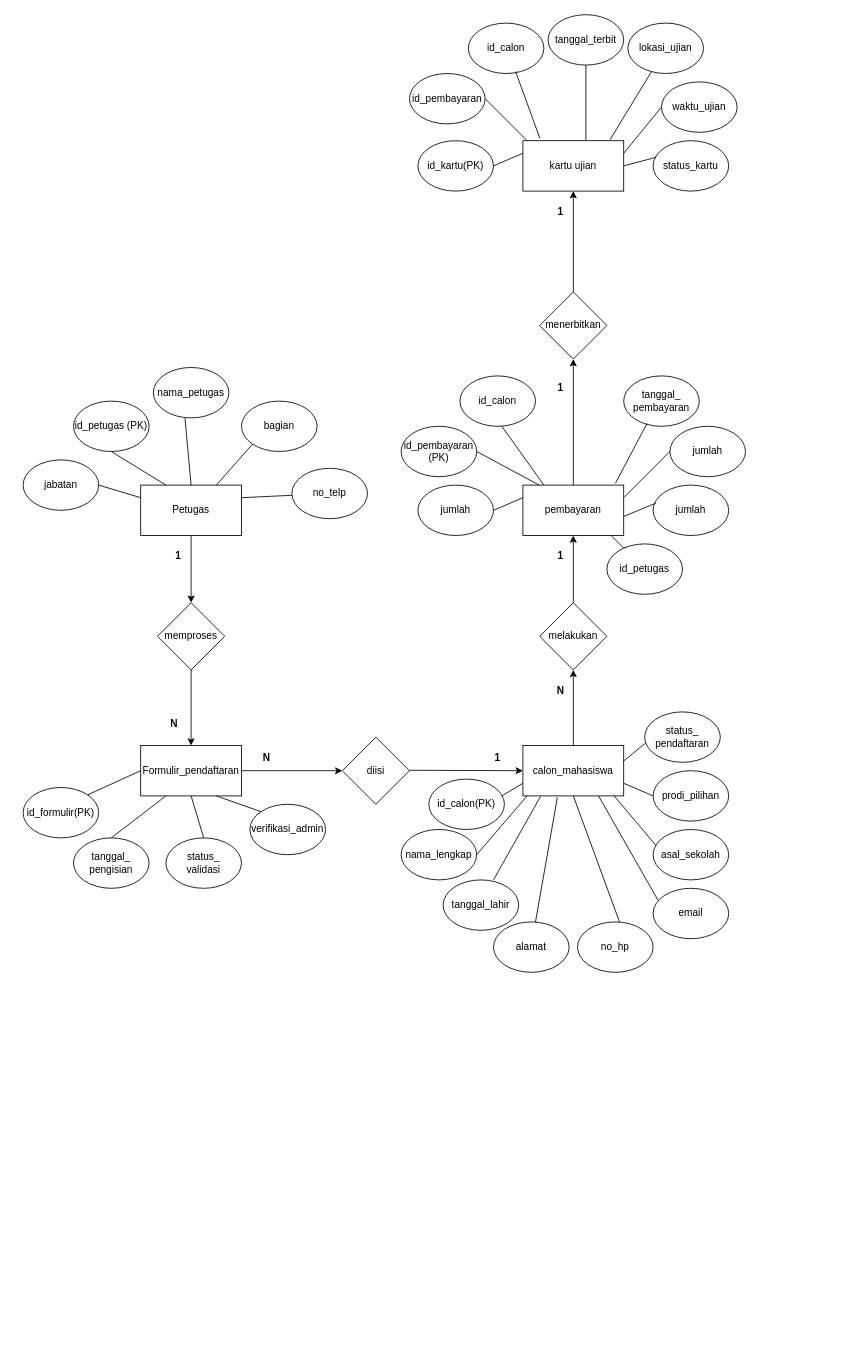
Before: Diagram Tanpa Judul.drawio in Nadanafisah676/Nadanafisah676, a draw.io diagram. Source tidied: cells renumbered, new cells numbered last; positions are measured from the earlier drawing's top-left corner, leaving out a move shared by most shapes. Both pictures are drawn from the tidied source at 84%, with x=0, y=0 at pixel (23, 14).
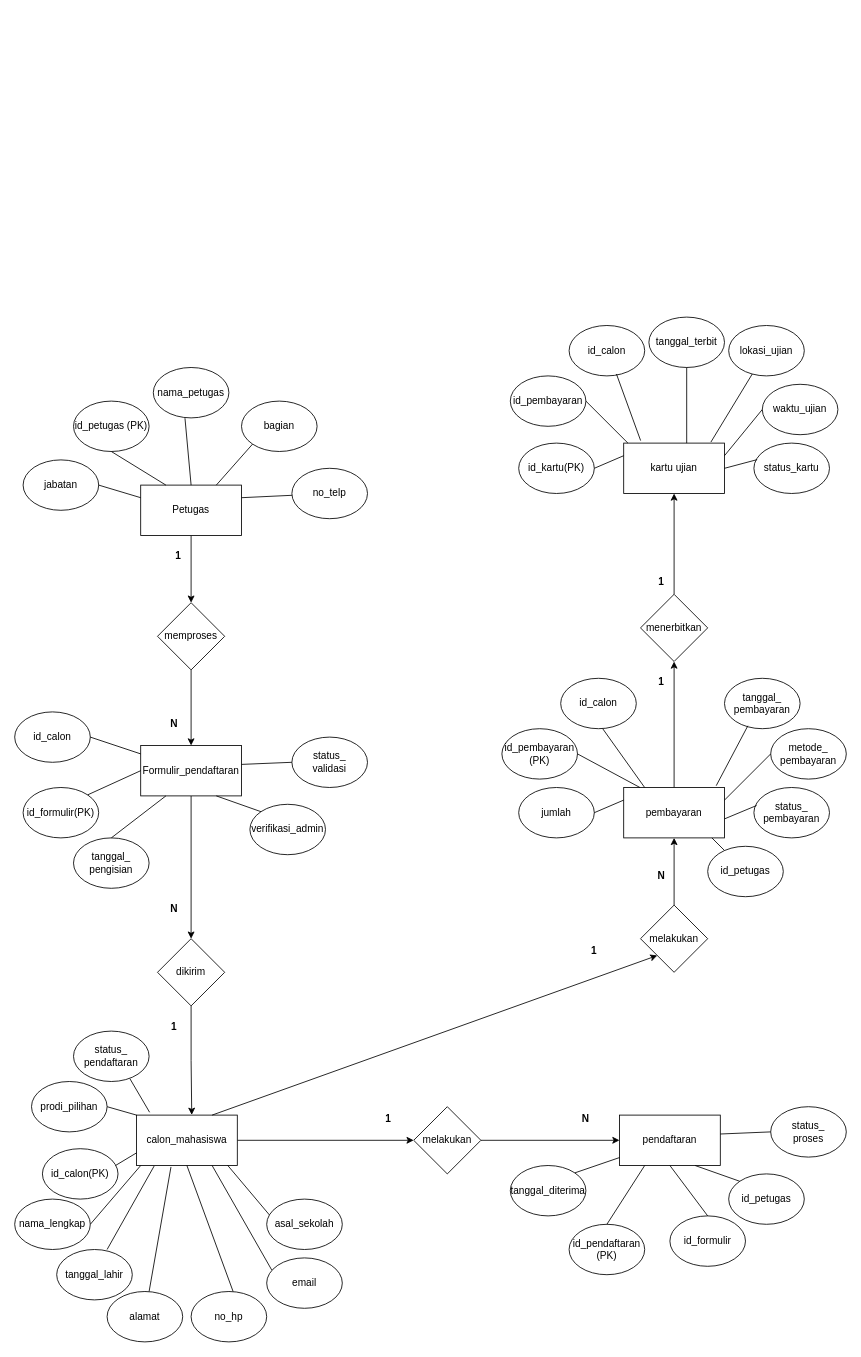
Above is the later version.

Unchanged cells that the change refers to:
```xml
<mxCell id="7" value="Formulir_pendaftaran" style="rounded=0;whiteSpace=wrap;html=1;" parent="1" vertex="1">
  <mxGeometry x="140" y="870" width="120" height="60" as="geometry" />
</mxCell>
```

Diff of the diagram source:
```diff
@@
-    <mxCell id="6" style="edgeStyle=orthogonalEdgeStyle;rounded=0;jettySize=auto;html=1;entryX=0;entryY=0.5;entryDx=0;entryDy=0;" parent="1" edge="1" source="7" target="8">
-      <mxGeometry relative="1" as="geometry" />
-    </mxCell>
+    <mxCell id="92" style="edgeStyle=orthogonalEdgeStyle;rounded=0;jettySize=auto;html=1;entryX=0.5;entryY=0;entryDx=0;entryDy=0;" parent="1" edge="1" source="7" target="94">
+      <mxGeometry relative="1" as="geometry" />
+    </mxCell>
@@
-    <mxCell id="8" value="diisi" style="rhombus;whiteSpace=wrap;html=1;" parent="1" vertex="1">
-      <mxGeometry x="380" y="860" width="80" height="80" as="geometry" />
-    </mxCell>
-    <mxCell id="9" style="edgeStyle=orthogonalEdgeStyle;rounded=0;jettySize=auto;html=1;entryX=0;entryY=0.5;entryDx=0;entryDy=0;" parent="1" edge="1" target="11">
-      <mxGeometry relative="1" as="geometry">
-        <mxPoint x="460" y="899.5" as="sourcePoint" />
-      </mxGeometry>
-    </mxCell>
-    <mxCell id="10" style="edgeStyle=orthogonalEdgeStyle;rounded=0;jettySize=auto;html=1;entryX=0.5;entryY=1;entryDx=0;entryDy=0;" parent="1" edge="1" source="11" target="49">
-      <mxGeometry relative="1" as="geometry" />
-    </mxCell>
+    <mxCell id="93" style="edgeStyle=orthogonalEdgeStyle;rounded=0;jettySize=auto;html=1;entryX=0;entryY=0.5;entryDx=0;entryDy=0;" parent="1" edge="1" source="11" target="109">
+      <mxGeometry relative="1" as="geometry" />
+    </mxCell>
     <mxCell id="11" value="calon_mahasiswa" style="rounded=0;whiteSpace=wrap;html=1;" parent="1" vertex="1">
-      <mxGeometry x="595" y="870" width="120" height="60" as="geometry" />
+      <mxGeometry x="135" y="1310" width="120" height="60" as="geometry" />
     </mxCell>
@@
     <mxCell id="18" value="status_&lt;div&gt;validasi&lt;/div&gt;" style="ellipse;whiteSpace=wrap;html=1;" parent="1" vertex="1">
-      <mxGeometry x="170" y="980" width="90" height="60" as="geometry" />
+      <mxGeometry x="320" y="860" width="90" height="60" as="geometry" />
     </mxCell>
@@
     <mxCell id="21" value="id_calon(PK)" style="ellipse;whiteSpace=wrap;html=1;" parent="1" vertex="1">
-      <mxGeometry x="483" y="910" width="90" height="60" as="geometry" />
+      <mxGeometry x="23" y="1350" width="90" height="60" as="geometry" />
     </mxCell>
     <mxCell id="22" value="asal_sekolah" style="ellipse;whiteSpace=wrap;html=1;" parent="1" vertex="1">
-      <mxGeometry x="750" y="970" width="90" height="60" as="geometry" />
+      <mxGeometry x="290" y="1410" width="90" height="60" as="geometry" />
     </mxCell>
     <mxCell id="23" value="no_hp" style="ellipse;whiteSpace=wrap;html=1;" parent="1" vertex="1">
-      <mxGeometry x="660" y="1080" width="90" height="60" as="geometry" />
+      <mxGeometry x="200" y="1520" width="90" height="60" as="geometry" />
     </mxCell>
     <mxCell id="24" value="nama_lengkap" style="ellipse;whiteSpace=wrap;html=1;" parent="1" vertex="1">
-      <mxGeometry x="450" y="970" width="90" height="60" as="geometry" />
+      <mxGeometry x="-10" y="1410" width="90" height="60" as="geometry" />
     </mxCell>
     <mxCell id="25" value="tanggal_lahir" style="ellipse;whiteSpace=wrap;html=1;" parent="1" vertex="1">
-      <mxGeometry x="500" y="1030" width="90" height="60" as="geometry" />
+      <mxGeometry x="40" y="1470" width="90" height="60" as="geometry" />
     </mxCell>
     <mxCell id="26" value="alamat" style="ellipse;whiteSpace=wrap;html=1;" parent="1" vertex="1">
-      <mxGeometry x="560" y="1080" width="90" height="60" as="geometry" />
+      <mxGeometry x="100" y="1520" width="90" height="60" as="geometry" />
     </mxCell>
     <mxCell id="27" value="prodi_pilihan" style="ellipse;whiteSpace=wrap;html=1;" parent="1" vertex="1">
-      <mxGeometry x="750" y="900" width="90" height="60" as="geometry" />
+      <mxGeometry x="10" y="1270" width="90" height="60" as="geometry" />
     </mxCell>
     <mxCell id="28" value="email" style="ellipse;whiteSpace=wrap;html=1;" parent="1" vertex="1">
-      <mxGeometry x="750" y="1040" width="90" height="60" as="geometry" />
+      <mxGeometry x="290" y="1480" width="90" height="60" as="geometry" />
     </mxCell>
@@
-    <mxCell id="36" style="endArrow=none;html=1;rounded=0;exitX=0.5;exitY=1;exitDx=0;exitDy=0;entryX=0.5;entryY=0;entryDx=0;entryDy=0;" parent="1" edge="1" source="7" target="18">
-      <mxGeometry relative="1" as="geometry" />
-    </mxCell>
@@
     <mxCell id="38" value="status_&lt;div&gt;pendaftaran&lt;/div&gt;" style="ellipse;whiteSpace=wrap;html=1;" parent="1" vertex="1">
-      <mxGeometry x="740" y="830" width="90" height="60" as="geometry" />
+      <mxGeometry x="60" y="1210" width="90" height="60" as="geometry" />
     </mxCell>
     <mxCell id="39" style="endArrow=none;html=1;rounded=0;entryX=0;entryY=0.75;entryDx=0;entryDy=0;" parent="1" edge="1" target="11">
       <mxGeometry relative="1" as="geometry">
-        <mxPoint x="570" y="930" as="sourcePoint" />
+        <mxPoint x="110" y="1370" as="sourcePoint" />
       </mxGeometry>
     </mxCell>
     <mxCell id="40" style="endArrow=none;html=1;rounded=0;entryX=0.042;entryY=1;entryDx=0;entryDy=0;entryPerimeter=0;" parent="1" edge="1" target="11">
       <mxGeometry relative="1" as="geometry">
-        <mxPoint x="540" y="1000" as="sourcePoint" />
+        <mxPoint x="80" y="1440" as="sourcePoint" />
       </mxGeometry>
     </mxCell>
     <mxCell id="41" style="endArrow=none;html=1;rounded=0;entryX=0.175;entryY=1.011;entryDx=0;entryDy=0;entryPerimeter=0;" parent="1" edge="1" target="11">
       <mxGeometry relative="1" as="geometry">
-        <mxPoint x="560" y="1030" as="sourcePoint" />
+        <mxPoint x="100" y="1470" as="sourcePoint" />
       </mxGeometry>
     </mxCell>
     <mxCell id="42" style="endArrow=none;html=1;rounded=0;entryX=0.342;entryY=1.028;entryDx=0;entryDy=0;entryPerimeter=0;" parent="1" edge="1" target="11">
       <mxGeometry relative="1" as="geometry">
-        <mxPoint x="610" y="1080" as="sourcePoint" />
+        <mxPoint x="150" y="1520" as="sourcePoint" />
       </mxGeometry>
     </mxCell>
     <mxCell id="43" style="endArrow=none;html=1;rounded=0;entryX=0.5;entryY=1;entryDx=0;entryDy=0;" parent="1" edge="1" target="11">
       <mxGeometry relative="1" as="geometry">
-        <mxPoint x="710" y="1080" as="sourcePoint" />
+        <mxPoint x="250" y="1520" as="sourcePoint" />
       </mxGeometry>
     </mxCell>
@@
-    <mxCell id="46" style="endArrow=none;html=1;rounded=0;entryX=1;entryY=0.75;entryDx=0;entryDy=0;" parent="1" edge="1" target="11">
-      <mxGeometry relative="1" as="geometry">
-        <mxPoint x="750" y="930" as="sourcePoint" />
-      </mxGeometry>
-    </mxCell>
-    <mxCell id="47" style="endArrow=none;html=1;rounded=0;exitX=0.993;exitY=0.318;exitDx=0;exitDy=0;exitPerimeter=0;entryX=0.012;entryY=0.618;entryDx=0;entryDy=0;entryPerimeter=0;" parent="1" edge="1" source="11" target="38">
-      <mxGeometry relative="1" as="geometry" />
-    </mxCell>
@@
     <mxCell id="49" value="melakukan" style="rhombus;whiteSpace=wrap;html=1;" parent="1" vertex="1">
-      <mxGeometry x="615" y="700" width="80" height="80" as="geometry" />
+      <mxGeometry x="735" y="1060" width="80" height="80" as="geometry" />
     </mxCell>
@@
     <mxCell id="51" value="pembayaran" style="rounded=0;whiteSpace=wrap;html=1;" parent="1" vertex="1">
-      <mxGeometry x="595" y="560" width="120" height="60" as="geometry" />
+      <mxGeometry x="715" y="920" width="120" height="60" as="geometry" />
     </mxCell>
     <mxCell id="52" value="id_pembayaran&lt;div&gt;(PK)&lt;/div&gt;" style="ellipse;whiteSpace=wrap;html=1;" parent="1" vertex="1">
-      <mxGeometry x="450" y="490" width="90" height="60" as="geometry" />
+      <mxGeometry x="570" y="850" width="90" height="60" as="geometry" />
     </mxCell>
-    <mxCell id="53" value="jumlah" style="ellipse;whiteSpace=wrap;html=1;" parent="1" vertex="1">
-      <mxGeometry x="770" y="490" width="90" height="60" as="geometry" />
+    <mxCell id="53" value="metode_&lt;div&gt;pembayaran&lt;/div&gt;" style="ellipse;whiteSpace=wrap;html=1;" parent="1" vertex="1">
+      <mxGeometry x="890" y="850" width="90" height="60" as="geometry" />
     </mxCell>
     <mxCell id="54" value="tanggal_&lt;div&gt;pembayaran&lt;/div&gt;" style="ellipse;whiteSpace=wrap;html=1;" parent="1" vertex="1">
-      <mxGeometry x="715" y="430" width="90" height="60" as="geometry" />
+      <mxGeometry x="835" y="790" width="90" height="60" as="geometry" />
     </mxCell>
     <mxCell id="55" value="id_petugas" style="ellipse;whiteSpace=wrap;html=1;" parent="1" vertex="1">
-      <mxGeometry x="695" y="630" width="90" height="60" as="geometry" />
+      <mxGeometry x="815" y="990" width="90" height="60" as="geometry" />
     </mxCell>
     <mxCell id="56" value="id_calon" style="ellipse;whiteSpace=wrap;html=1;" parent="1" vertex="1">
-      <mxGeometry x="520" y="430" width="90" height="60" as="geometry" />
+      <mxGeometry x="640" y="790" width="90" height="60" as="geometry" />
     </mxCell>
-    <mxCell id="57" value="jumlah" style="ellipse;whiteSpace=wrap;html=1;" parent="1" vertex="1">
-      <mxGeometry x="750" y="560" width="90" height="60" as="geometry" />
+    <mxCell id="57" value="status_&lt;div&gt;pembayaran&lt;/div&gt;" style="ellipse;whiteSpace=wrap;html=1;" parent="1" vertex="1">
+      <mxGeometry x="870" y="920" width="90" height="60" as="geometry" />
     </mxCell>
     <mxCell id="58" value="jumlah" style="ellipse;whiteSpace=wrap;html=1;" parent="1" vertex="1">
-      <mxGeometry x="470" y="560" width="90" height="60" as="geometry" />
+      <mxGeometry x="590" y="920" width="90" height="60" as="geometry" />
     </mxCell>
@@
     <mxCell id="60" style="endArrow=none;html=1;rounded=0;entryX=0;entryY=0.25;entryDx=0;entryDy=0;" parent="1" edge="1" target="51">
       <mxGeometry relative="1" as="geometry">
-        <mxPoint x="560" y="590" as="sourcePoint" />
+        <mxPoint x="680" y="950" as="sourcePoint" />
       </mxGeometry>
     </mxCell>
@@
     <mxCell id="62" style="endArrow=none;html=1;rounded=0;entryX=0.208;entryY=0;entryDx=0;entryDy=0;entryPerimeter=0;" parent="1" edge="1" target="51">
       <mxGeometry relative="1" as="geometry">
-        <mxPoint x="570" y="490" as="sourcePoint" />
+        <mxPoint x="690" y="850" as="sourcePoint" />
       </mxGeometry>
     </mxCell>
@@
     <mxCell id="64" style="endArrow=none;html=1;rounded=0;exitX=1;exitY=0.25;exitDx=0;exitDy=0;" parent="1" edge="1" source="51">
       <mxGeometry relative="1" as="geometry">
-        <mxPoint x="770" y="520" as="targetPoint" />
+        <mxPoint x="890" y="880" as="targetPoint" />
       </mxGeometry>
     </mxCell>
@@
     <mxCell id="66" style="endArrow=none;html=1;rounded=0;" parent="1" edge="1" source="55">
       <mxGeometry relative="1" as="geometry">
-        <mxPoint x="700" y="620" as="targetPoint" />
+        <mxPoint x="820" y="980" as="targetPoint" />
       </mxGeometry>
     </mxCell>
@@
     <mxCell id="68" value="menerbitkan" style="rhombus;whiteSpace=wrap;html=1;" parent="1" vertex="1">
-      <mxGeometry x="615" y="330" width="80" height="80" as="geometry" />
+      <mxGeometry x="735" y="690" width="80" height="80" as="geometry" />
     </mxCell>
     <mxCell id="69" value="kartu ujian" style="rounded=0;whiteSpace=wrap;html=1;" parent="1" vertex="1">
-      <mxGeometry x="595" y="150" width="120" height="60" as="geometry" />
+      <mxGeometry x="715" y="510" width="120" height="60" as="geometry" />
     </mxCell>
     <mxCell id="70" value="id_kartu(PK)" style="ellipse;whiteSpace=wrap;html=1;" parent="1" vertex="1">
-      <mxGeometry x="470" y="150" width="90" height="60" as="geometry" />
+      <mxGeometry x="590" y="510" width="90" height="60" as="geometry" />
     </mxCell>
     <mxCell id="71" value="status_kartu" style="ellipse;whiteSpace=wrap;html=1;" parent="1" vertex="1">
-      <mxGeometry x="750" y="150" width="90" height="60" as="geometry" />
+      <mxGeometry x="870" y="510" width="90" height="60" as="geometry" />
     </mxCell>
     <mxCell id="72" value="waktu_ujian" style="ellipse;whiteSpace=wrap;html=1;" parent="1" vertex="1">
-      <mxGeometry x="760" y="80" width="90" height="60" as="geometry" />
+      <mxGeometry x="880" y="440" width="90" height="60" as="geometry" />
     </mxCell>
     <mxCell id="73" value="lokasi_ujian" style="ellipse;whiteSpace=wrap;html=1;" parent="1" vertex="1">
-      <mxGeometry x="720" y="10" width="90" height="60" as="geometry" />
+      <mxGeometry x="840" y="370" width="90" height="60" as="geometry" />
     </mxCell>
     <mxCell id="74" value="tanggal_terbit" style="ellipse;whiteSpace=wrap;html=1;" parent="1" vertex="1">
-      <mxGeometry x="625" width="90" height="60" as="geometry" />
+      <mxGeometry x="745" y="360" width="90" height="60" as="geometry" />
     </mxCell>
     <mxCell id="75" value="id_calon" style="ellipse;whiteSpace=wrap;html=1;" parent="1" vertex="1">
-      <mxGeometry x="530" y="10" width="90" height="60" as="geometry" />
+      <mxGeometry x="650" y="370" width="90" height="60" as="geometry" />
     </mxCell>
     <mxCell id="76" value="id_pembayaran" style="ellipse;whiteSpace=wrap;html=1;" parent="1" vertex="1">
-      <mxGeometry x="460" y="70" width="90" height="60" as="geometry" />
+      <mxGeometry x="580" y="430" width="90" height="60" as="geometry" />
     </mxCell>
     <mxCell id="77" style="endArrow=none;html=1;rounded=0;entryX=0;entryY=0.25;entryDx=0;entryDy=0;" parent="1" edge="1" target="69">
       <mxGeometry relative="1" as="geometry">
-        <mxPoint x="560" y="180" as="sourcePoint" />
+        <mxPoint x="680" y="540" as="sourcePoint" />
       </mxGeometry>
     </mxCell>
@@
-    <mxCell id="86" value="&lt;b&gt;N&lt;/b&gt;" style="text;html=1;whiteSpace=wrap;strokeColor=none;fillColor=none;align=center;verticalAlign=middle;rounded=0;" parent="1" vertex="1">
-      <mxGeometry x="260" y="870" width="60" height="30" as="geometry" />
-    </mxCell>
-    <mxCell id="87" value="&lt;b&gt;1&lt;/b&gt;" style="text;html=1;whiteSpace=wrap;strokeColor=none;fillColor=none;align=center;verticalAlign=middle;rounded=0;" parent="1" vertex="1">
-      <mxGeometry x="535" y="870" width="60" height="30" as="geometry" />
-    </mxCell>
-    <mxCell id="88" value="&lt;b&gt;N&lt;/b&gt;" style="text;html=1;whiteSpace=wrap;strokeColor=none;fillColor=none;align=center;verticalAlign=middle;rounded=0;" parent="1" vertex="1">
-      <mxGeometry x="610" y="790" width="60" height="30" as="geometry" />
-    </mxCell>
-    <mxCell id="89" value="&lt;b&gt;1&lt;/b&gt;" style="text;html=1;whiteSpace=wrap;strokeColor=none;fillColor=none;align=center;verticalAlign=middle;rounded=0;" parent="1" vertex="1">
-      <mxGeometry x="610" y="630" width="60" height="30" as="geometry" />
-    </mxCell>
-    <mxCell id="90" value="&lt;b&gt;1&lt;/b&gt;" style="text;html=1;whiteSpace=wrap;strokeColor=none;fillColor=none;align=center;verticalAlign=middle;rounded=0;" parent="1" vertex="1">
-      <mxGeometry x="610" y="220" width="60" height="30" as="geometry" />
-    </mxCell>
-    <mxCell id="91" value="&lt;b&gt;1&lt;/b&gt;" style="text;html=1;whiteSpace=wrap;strokeColor=none;fillColor=none;align=center;verticalAlign=middle;rounded=0;" parent="1" vertex="1">
-      <mxGeometry x="610" y="430" width="60" height="30" as="geometry" />
-    </mxCell>
+    <mxCell id="36" style="endArrow=none;html=1;rounded=0;entryX=0;entryY=0.5;entryDx=0;entryDy=0;exitX=1;exitY=0.375;exitDx=0;exitDy=0;exitPerimeter=0;" parent="1" edge="1" source="7" target="18">
+      <mxGeometry relative="1" as="geometry" />
+    </mxCell>
+    <mxCell id="94" value="dikirim" style="rhombus;whiteSpace=wrap;html=1;" parent="1" vertex="1">
+      <mxGeometry x="160" y="1100" width="80" height="80" as="geometry" />
+    </mxCell>
+    <mxCell id="95" style="edgeStyle=orthogonalEdgeStyle;rounded=0;jettySize=auto;html=1;entryX=0.548;entryY=-0.005;entryDx=0;entryDy=0;entryPerimeter=0;" parent="1" edge="1" source="94" target="11">
+      <mxGeometry relative="1" as="geometry" />
+    </mxCell>
+    <mxCell id="96" style="endArrow=none;html=1;rounded=0;exitX=1;exitY=0.5;exitDx=0;exitDy=0;entryX=0;entryY=0;entryDx=0;entryDy=0;" parent="1" edge="1" source="27" target="11">
+      <mxGeometry relative="1" as="geometry" />
+    </mxCell>
+    <mxCell id="97" style="endArrow=none;html=1;rounded=0;exitX=0.746;exitY=0.944;exitDx=0;exitDy=0;exitPerimeter=0;entryX=0.13;entryY=-0.056;entryDx=0;entryDy=0;entryPerimeter=0;" parent="1" edge="1" source="38" target="11">
+      <mxGeometry relative="1" as="geometry" />
+    </mxCell>
+    <mxCell id="98" value="pendaftaran" style="rounded=0;whiteSpace=wrap;html=1;" parent="1" vertex="1">
+      <mxGeometry x="710" y="1310" width="120" height="60" as="geometry" />
+    </mxCell>
+    <mxCell id="99" value="id_formulir" style="ellipse;whiteSpace=wrap;html=1;" parent="1" vertex="1">
+      <mxGeometry x="770" y="1430" width="90" height="60" as="geometry" />
+    </mxCell>
+    <mxCell id="100" value="status_&lt;div&gt;proses&lt;/div&gt;" style="ellipse;whiteSpace=wrap;html=1;" parent="1" vertex="1">
+      <mxGeometry x="890" y="1300" width="90" height="60" as="geometry" />
+    </mxCell>
+    <mxCell id="101" value="id_pendaftaran (PK)" style="ellipse;whiteSpace=wrap;html=1;" parent="1" vertex="1">
+      <mxGeometry x="650" y="1440" width="90" height="60" as="geometry" />
+    </mxCell>
+    <mxCell id="102" value="id_petugas" style="ellipse;whiteSpace=wrap;html=1;" parent="1" vertex="1">
+      <mxGeometry x="840" y="1380" width="90" height="60" as="geometry" />
+    </mxCell>
+    <mxCell id="103" style="endArrow=none;html=1;rounded=0;exitX=0.25;exitY=1;exitDx=0;exitDy=0;entryX=0.5;entryY=0;entryDx=0;entryDy=0;" parent="1" edge="1" source="98" target="101">
+      <mxGeometry relative="1" as="geometry" />
+    </mxCell>
+    <mxCell id="104" style="endArrow=none;html=1;rounded=0;exitX=0;exitY=0;exitDx=0;exitDy=0;entryX=0.75;entryY=1;entryDx=0;entryDy=0;" parent="1" edge="1" source="102" target="98">
+      <mxGeometry relative="1" as="geometry" />
+    </mxCell>
+    <mxCell id="105" style="endArrow=none;html=1;rounded=0;entryX=0;entryY=0.5;entryDx=0;entryDy=0;exitX=1;exitY=0.375;exitDx=0;exitDy=0;exitPerimeter=0;" parent="1" edge="1" source="98" target="100">
+      <mxGeometry relative="1" as="geometry" />
+    </mxCell>
+    <mxCell id="106" value="id_calon" style="ellipse;whiteSpace=wrap;html=1;" parent="1" vertex="1">
+      <mxGeometry x="-10" y="830" width="90" height="60" as="geometry" />
+    </mxCell>
+    <mxCell id="107" style="endArrow=none;html=1;rounded=0;exitX=1;exitY=0.5;exitDx=0;exitDy=0;" parent="1" edge="1" source="106" target="7">
+      <mxGeometry relative="1" as="geometry" />
+    </mxCell>
+    <mxCell id="108" style="edgeStyle=orthogonalEdgeStyle;rounded=0;jettySize=auto;html=1;exitX=1;exitY=0.5;exitDx=0;exitDy=0;entryX=0;entryY=0.5;entryDx=0;entryDy=0;" parent="1" edge="1" source="109" target="98">
+      <mxGeometry relative="1" as="geometry" />
+    </mxCell>
+    <mxCell id="109" value="melakukan" style="rhombus;whiteSpace=wrap;html=1;" parent="1" vertex="1">
+      <mxGeometry x="465" y="1300" width="80" height="80" as="geometry" />
+    </mxCell>
+    <mxCell id="110" style="endArrow=none;html=1;rounded=0;exitX=0.5;exitY=0;exitDx=0;exitDy=0;" parent="1" edge="1" source="99">
+      <mxGeometry relative="1" as="geometry">
+        <mxPoint x="770" y="1370" as="targetPoint" />
+      </mxGeometry>
+    </mxCell>
+    <mxCell id="111" value="tanggal_diterima" style="ellipse;whiteSpace=wrap;html=1;" parent="1" vertex="1">
+      <mxGeometry x="580" y="1370" width="90" height="60" as="geometry" />
+    </mxCell>
+    <mxCell id="112" style="endArrow=none;html=1;rounded=0;exitX=1;exitY=0;exitDx=0;exitDy=0;" parent="1" edge="1" source="111" target="98">
+      <mxGeometry relative="1" as="geometry" />
+    </mxCell>
+    <mxCell id="10" style="endArrow=classic;html=1;rounded=0;exitX=0.75;exitY=0;exitDx=0;exitDy=0;entryX=0;entryY=1;entryDx=0;entryDy=0;" parent="1" edge="1" source="11" target="49">
+      <mxGeometry relative="1" as="geometry" />
+    </mxCell>
+    <mxCell id="113" value="&lt;b&gt;N&lt;/b&gt;" style="text;html=1;whiteSpace=wrap;strokeColor=none;fillColor=none;align=center;verticalAlign=middle;rounded=0;" parent="1" vertex="1">
+      <mxGeometry x="150" y="1050" width="60" height="30" as="geometry" />
+    </mxCell>
+    <mxCell id="114" value="&lt;b&gt;1&lt;/b&gt;" style="text;html=1;whiteSpace=wrap;strokeColor=none;fillColor=none;align=center;verticalAlign=middle;rounded=0;" parent="1" vertex="1">
+      <mxGeometry x="150" y="1190" width="60" height="30" as="geometry" />
+    </mxCell>
+    <mxCell id="115" value="&lt;b&gt;1&lt;/b&gt;" style="text;html=1;whiteSpace=wrap;strokeColor=none;fillColor=none;align=center;verticalAlign=middle;rounded=0;" parent="1" vertex="1">
+      <mxGeometry x="405" y="1300" width="60" height="30" as="geometry" />
+    </mxCell>
+    <mxCell id="116" value="&lt;b&gt;N&lt;/b&gt;" style="text;html=1;whiteSpace=wrap;strokeColor=none;fillColor=none;align=center;verticalAlign=middle;rounded=0;" parent="1" vertex="1">
+      <mxGeometry x="640" y="1300" width="60" height="30" as="geometry" />
+    </mxCell>
+    <mxCell id="117" value="&lt;b&gt;1&lt;/b&gt;" style="text;html=1;whiteSpace=wrap;strokeColor=none;fillColor=none;align=center;verticalAlign=middle;rounded=0;" parent="1" vertex="1">
+      <mxGeometry x="650" y="1100" width="60" height="30" as="geometry" />
+    </mxCell>
+    <mxCell id="118" value="&lt;b&gt;N&lt;/b&gt;" style="text;html=1;whiteSpace=wrap;strokeColor=none;fillColor=none;align=center;verticalAlign=middle;rounded=0;" parent="1" vertex="1">
+      <mxGeometry x="730" y="1010" width="60" height="30" as="geometry" />
+    </mxCell>
+    <mxCell id="119" value="&lt;b&gt;1&lt;/b&gt;" style="text;html=1;whiteSpace=wrap;strokeColor=none;fillColor=none;align=center;verticalAlign=middle;rounded=0;" parent="1" vertex="1">
+      <mxGeometry x="730" y="660" width="60" height="30" as="geometry" />
+    </mxCell>
+    <mxCell id="120" value="&lt;b&gt;1&lt;/b&gt;" style="text;html=1;whiteSpace=wrap;strokeColor=none;fillColor=none;align=center;verticalAlign=middle;rounded=0;" parent="1" vertex="1">
+      <mxGeometry x="730" y="780" width="60" height="30" as="geometry" />
+    </mxCell>
```
